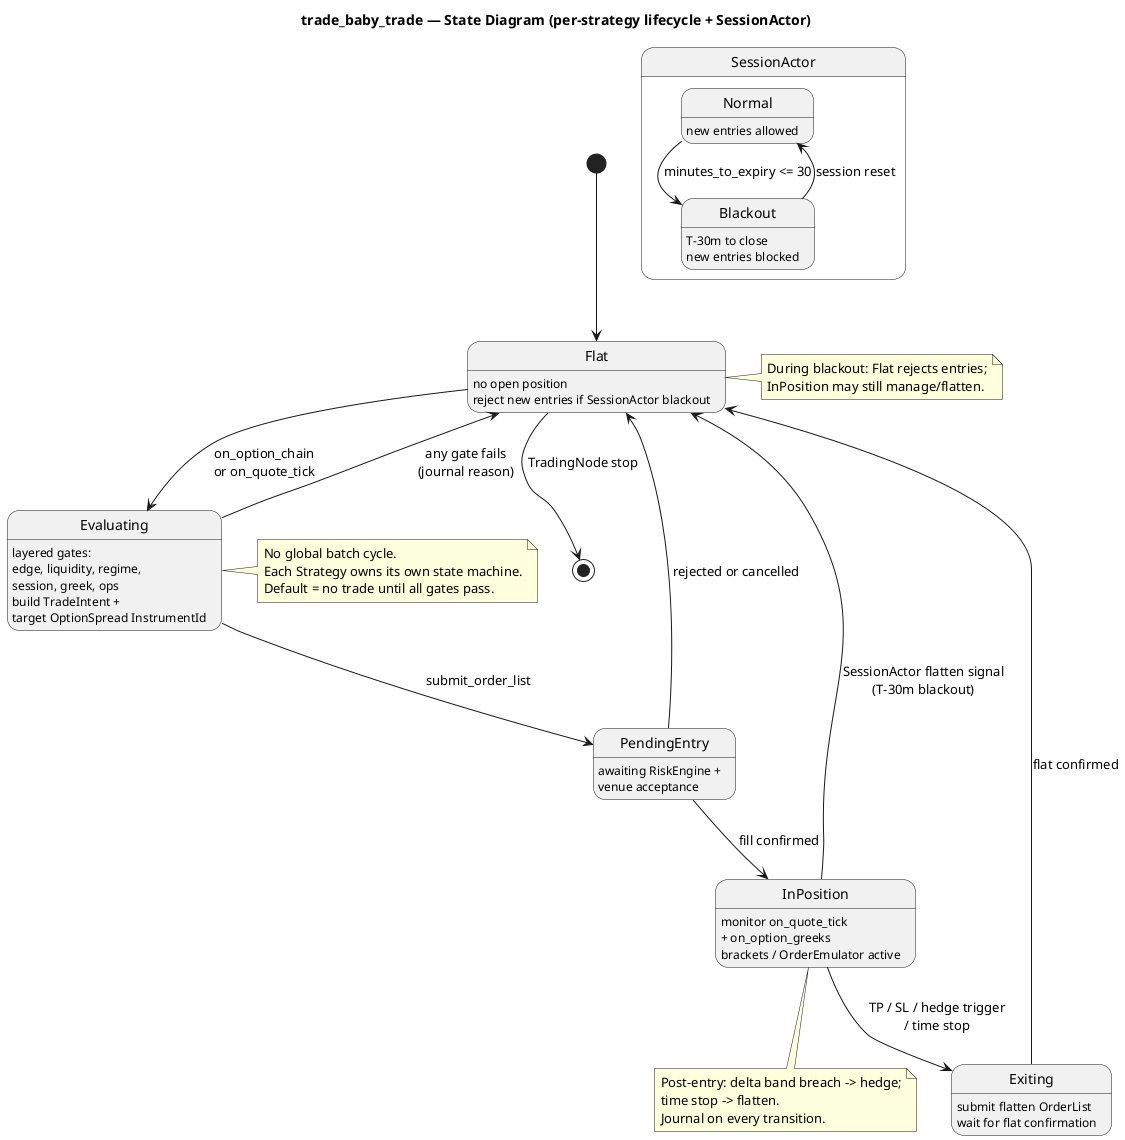
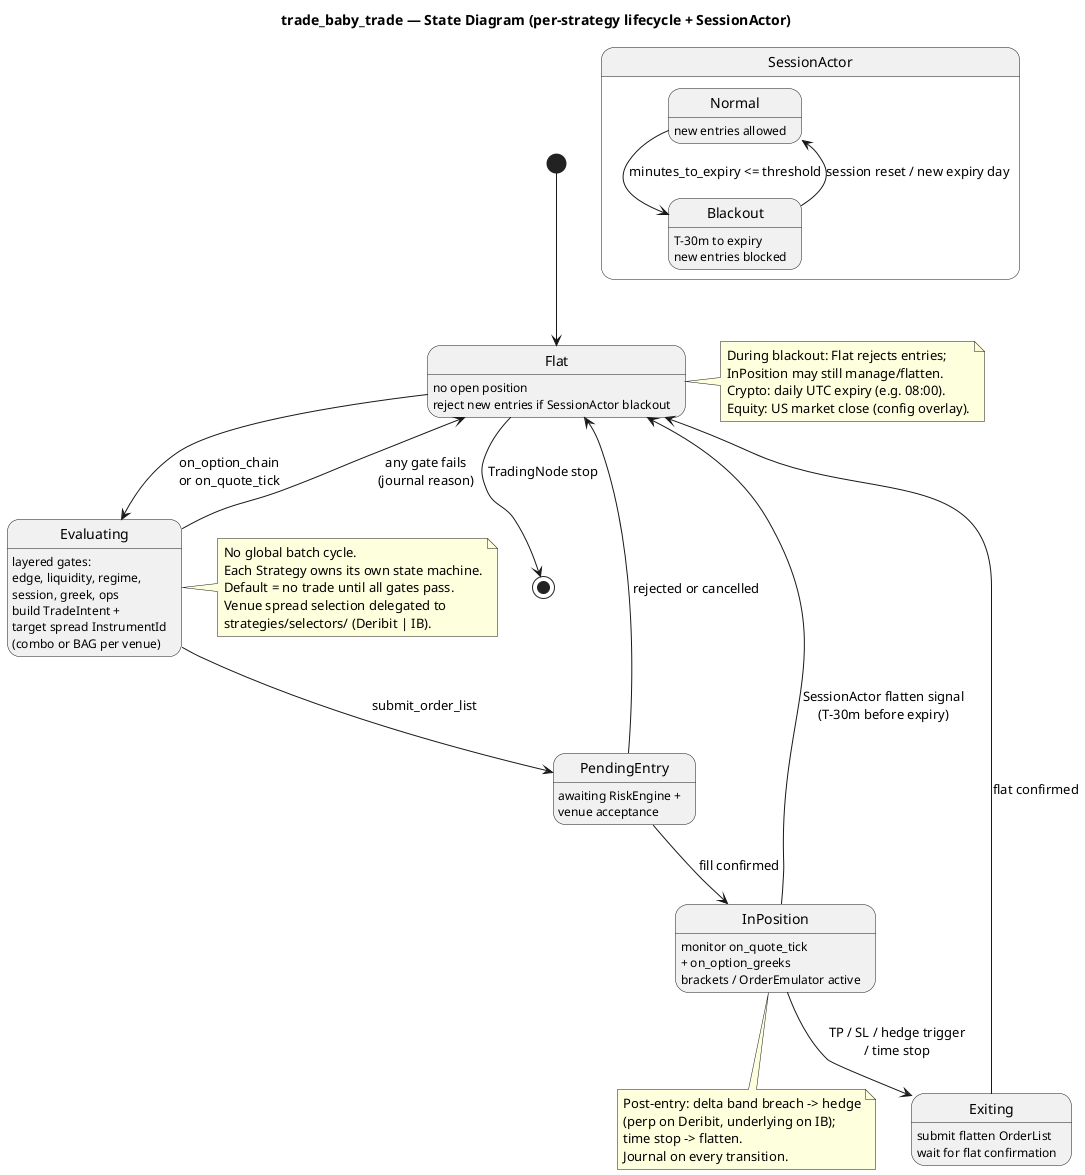
@startuml state-diagram
title trade_baby_trade — State Diagram (per-strategy lifecycle + SessionActor)

[*] --> Flat

state Flat {
  Flat : no open position
  Flat : reject new entries if SessionActor blackout
}

Flat --> Evaluating : on_option_chain\nor on_quote_tick

state Evaluating {
  Evaluating : layered gates:\nedge, liquidity, regime,\nsession, greek, ops
-   Evaluating : build TradeIntent +\ntarget OptionSpread InstrumentId
+   Evaluating : build TradeIntent +\ntarget spread InstrumentId\n(combo or BAG per venue)
}

Evaluating --> Flat : any gate fails\n(journal reason)
Evaluating --> PendingEntry : submit_order_list

state PendingEntry {
  PendingEntry : awaiting RiskEngine +\nvenue acceptance
}

PendingEntry --> Flat : rejected or cancelled
PendingEntry --> InPosition : fill confirmed

state InPosition {
  InPosition : monitor on_quote_tick\n+ on_option_greeks
  InPosition : brackets / OrderEmulator active
}

InPosition --> Exiting : TP / SL / hedge trigger\n/ time stop
- InPosition --> Flat : SessionActor flatten signal\n(T-30m blackout)
+ InPosition --> Flat : SessionActor flatten signal\n(T-30m before expiry)

state Exiting {
  Exiting : submit flatten OrderList
  Exiting : wait for flat confirmation
}

Exiting --> Flat : flat confirmed

Flat --> [*] : TradingNode stop

' SessionActor interaction (cross-cutting)
state "SessionActor" as SA {
  state "Normal" as SAN
  state "Blackout" as SAB
  SAN : new entries allowed
-   SAB : T-30m to close\nnew entries blocked
-   SAN --> SAB : minutes_to_expiry <= 30
-   SAB --> SAN : session reset
+   SAB : T-30m to expiry\nnew entries blocked
+   SAN --> SAB : minutes_to_expiry <= threshold
+   SAB --> SAN : session reset / new expiry day
}

note right of Flat
  During blackout: Flat rejects entries;
  InPosition may still manage/flatten.
+   Crypto: daily UTC expiry (e.g. 08:00).
+   Equity: US market close (config overlay).
end note

note right of Evaluating
  No global batch cycle.
  Each Strategy owns its own state machine.
  Default = no trade until all gates pass.
+   Venue spread selection delegated to
+   strategies/selectors/ (Deribit | IB).
end note

note bottom of InPosition
-   Post-entry: delta band breach -> hedge;
+   Post-entry: delta band breach -> hedge
+   (perp on Deribit, underlying on IB);
  time stop -> flatten.
  Journal on every transition.
end note
@enduml
